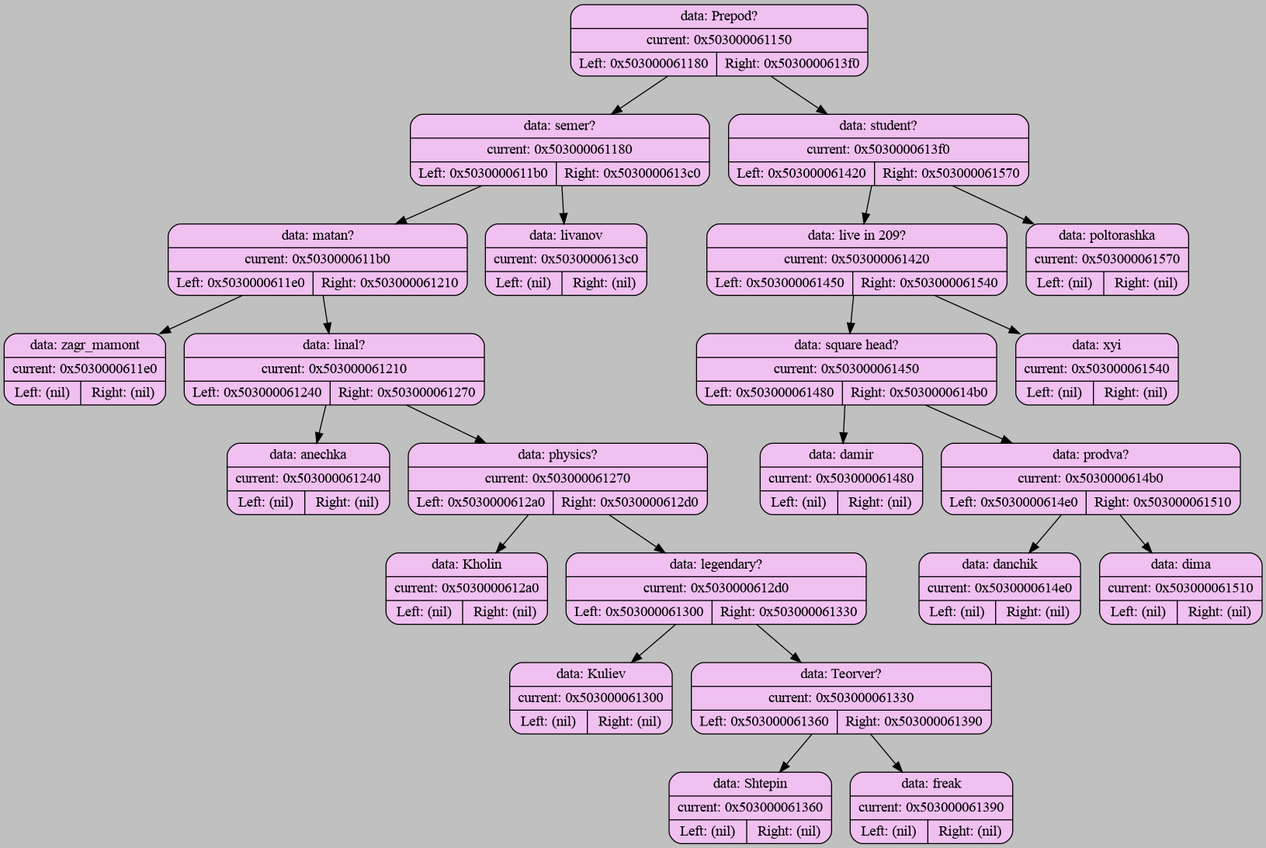
Above: graph_dump/graph_0.png in Atlaxsyys/akinator (Graphviz), before the change. Its source is kept beside it as graph_dump/graph_0.dot.
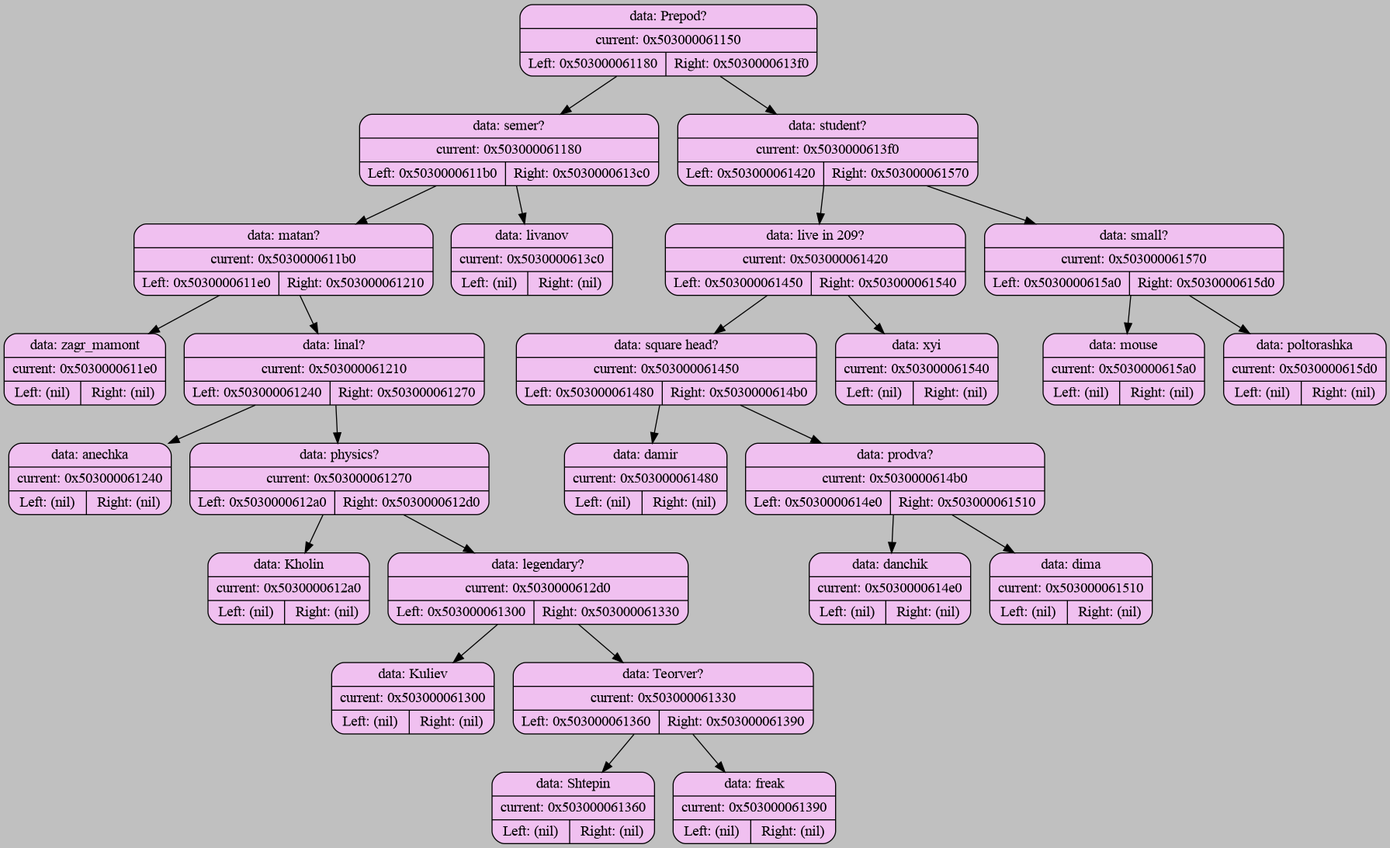
After the commit.

The edit, as a diff of the source:
```diff
@@ -46,5 +46,9 @@
     "0x503000061420" -> "0x503000061540";
     "0x503000061540" [shape=Mrecord, style=filled; fillcolor="#F0C0F0"; label="{data: xyi | current: 0x503000061540 | { Left: (nil) | Right: (nil) } }"];
     "0x5030000613f0" -> "0x503000061570";
-    "0x503000061570" [shape=Mrecord, style=filled; fillcolor="#F0C0F0"; label="{data: poltorashka | current: 0x503000061570 | { Left: (nil) | Right: (nil) } }"];
+    "0x503000061570" [shape=Mrecord, style=filled; fillcolor="#F0C0F0"; label="{data: small? | current: 0x503000061570 | { Left: 0x5030000615a0 | Right: 0x5030000615d0 } }"];
+    "0x503000061570" -> "0x5030000615a0";
+    "0x5030000615a0" [shape=Mrecord, style=filled; fillcolor="#F0C0F0"; label="{data: mouse | current: 0x5030000615a0 | { Left: (nil) | Right: (nil) } }"];
+    "0x503000061570" -> "0x5030000615d0";
+    "0x5030000615d0" [shape=Mrecord, style=filled; fillcolor="#F0C0F0"; label="{data: poltorashka | current: 0x5030000615d0 | { Left: (nil) | Right: (nil) } }"];
 }
```
